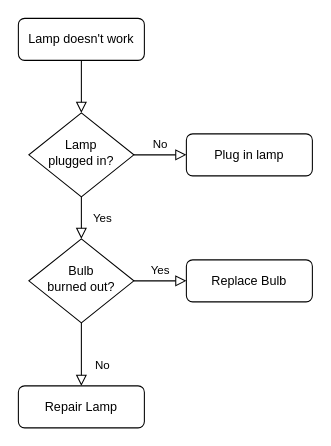
This is kernel_fs/Untitled Diagram.drawio from zhoulanyang/mOs, a draw.io file, before an edit. Source tidied: cells renumbered, new cells numbered last; positions are measured from the earlier drawing's top-left corner, leaving out a move shared by most shapes. Both pictures are drawn from the tidied source at 105%, with x=0, y=0 at pixel (18, 18).
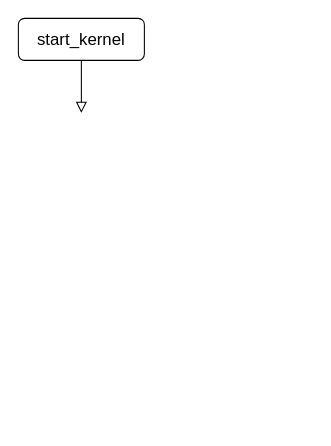
After the change.

Commit message:
riscv interrupt handle.drawio

Change to the diagram source:
```diff
@@
 <mxGraphModel>
   <root>
     <mxCell id="0" />
     <mxCell id="1" parent="0" />
-    <mxCell id="2" style="rounded=0;html=1;jettySize=auto;fontSize=11;endArrow=block;endFill=0;endSize=8;strokeWidth=1;shadow=0;labelBackgroundColor=none;edgeStyle=orthogonalEdgeStyle;" parent="1" edge="1" source="3" target="6">
-      <mxGeometry relative="1" as="geometry" />
+    <mxCell id="2" style="rounded=0;html=1;jettySize=auto;fontSize=11;endArrow=block;endFill=0;endSize=8;strokeWidth=1;shadow=0;labelBackgroundColor=none;edgeStyle=orthogonalEdgeStyle;" parent="1" edge="1" source="3">
+      <mxGeometry relative="1" as="geometry">
+        <mxPoint x="60" y="90" as="targetPoint" />
+      </mxGeometry>
     </mxCell>
-    <mxCell id="3" value="Lamp doesn't work" style="rounded=1;whiteSpace=wrap;html=1;fontSize=12;glass=0;strokeWidth=1;shadow=0;" parent="1" vertex="1">
+    <mxCell id="3" value="&lt;font style=&quot;font-size: 16px&quot;&gt;start_kernel&lt;/font&gt;" style="rounded=1;whiteSpace=wrap;html=1;fontSize=12;glass=0;strokeWidth=1;shadow=0;" parent="1" vertex="1">
       <mxGeometry width="120" height="40" as="geometry" />
     </mxCell>
-    <mxCell id="4" value="Yes" style="rounded=0;html=1;jettySize=auto;fontSize=11;endArrow=block;endFill=0;endSize=8;strokeWidth=1;shadow=0;labelBackgroundColor=none;edgeStyle=orthogonalEdgeStyle;" parent="1" edge="1" source="6" target="10">
-      <mxGeometry y="20" relative="1" as="geometry" />
-    </mxCell>
-    <mxCell id="5" value="No" style="edgeStyle=orthogonalEdgeStyle;rounded=0;html=1;jettySize=auto;fontSize=11;endArrow=block;endFill=0;endSize=8;strokeWidth=1;shadow=0;labelBackgroundColor=none;" parent="1" edge="1" source="6" target="7">
-      <mxGeometry y="10" relative="1" as="geometry" />
-    </mxCell>
-    <mxCell id="6" value="Lamp&lt;br&gt;plugged in?" style="rhombus;whiteSpace=wrap;html=1;shadow=0;fontFamily=Helvetica;fontSize=12;align=center;strokeWidth=1;spacing=6;spacingTop=-4;" parent="1" vertex="1">
-      <mxGeometry x="10" y="90" width="100" height="80" as="geometry" />
-    </mxCell>
-    <mxCell id="7" value="Plug in lamp" style="rounded=1;whiteSpace=wrap;html=1;fontSize=12;glass=0;strokeWidth=1;shadow=0;" parent="1" vertex="1">
-      <mxGeometry x="160" y="110" width="120" height="40" as="geometry" />
-    </mxCell>
-    <mxCell id="8" value="No" style="rounded=0;html=1;jettySize=auto;fontSize=11;endArrow=block;endFill=0;endSize=8;strokeWidth=1;shadow=0;labelBackgroundColor=none;edgeStyle=orthogonalEdgeStyle;" parent="1" edge="1" source="10" target="11">
-      <mxGeometry x="0.33" y="20" relative="1" as="geometry" />
-    </mxCell>
-    <mxCell id="9" value="Yes" style="edgeStyle=orthogonalEdgeStyle;rounded=0;html=1;jettySize=auto;fontSize=11;endArrow=block;endFill=0;endSize=8;strokeWidth=1;shadow=0;labelBackgroundColor=none;" parent="1" edge="1" source="10" target="12">
-      <mxGeometry y="10" relative="1" as="geometry" />
-    </mxCell>
-    <mxCell id="10" value="Bulb&lt;br&gt;burned out?" style="rhombus;whiteSpace=wrap;html=1;shadow=0;fontFamily=Helvetica;fontSize=12;align=center;strokeWidth=1;spacing=6;spacingTop=-4;" parent="1" vertex="1">
-      <mxGeometry x="10" y="210" width="100" height="80" as="geometry" />
-    </mxCell>
-    <mxCell id="11" value="Repair Lamp" style="rounded=1;whiteSpace=wrap;html=1;fontSize=12;glass=0;strokeWidth=1;shadow=0;" parent="1" vertex="1">
-      <mxGeometry y="350" width="120" height="40" as="geometry" />
-    </mxCell>
-    <mxCell id="12" value="Replace Bulb" style="rounded=1;whiteSpace=wrap;html=1;fontSize=12;glass=0;strokeWidth=1;shadow=0;" parent="1" vertex="1">
-      <mxGeometry x="160" y="230" width="120" height="40" as="geometry" />
-    </mxCell>
   </root>
 </mxGraphModel>
```
